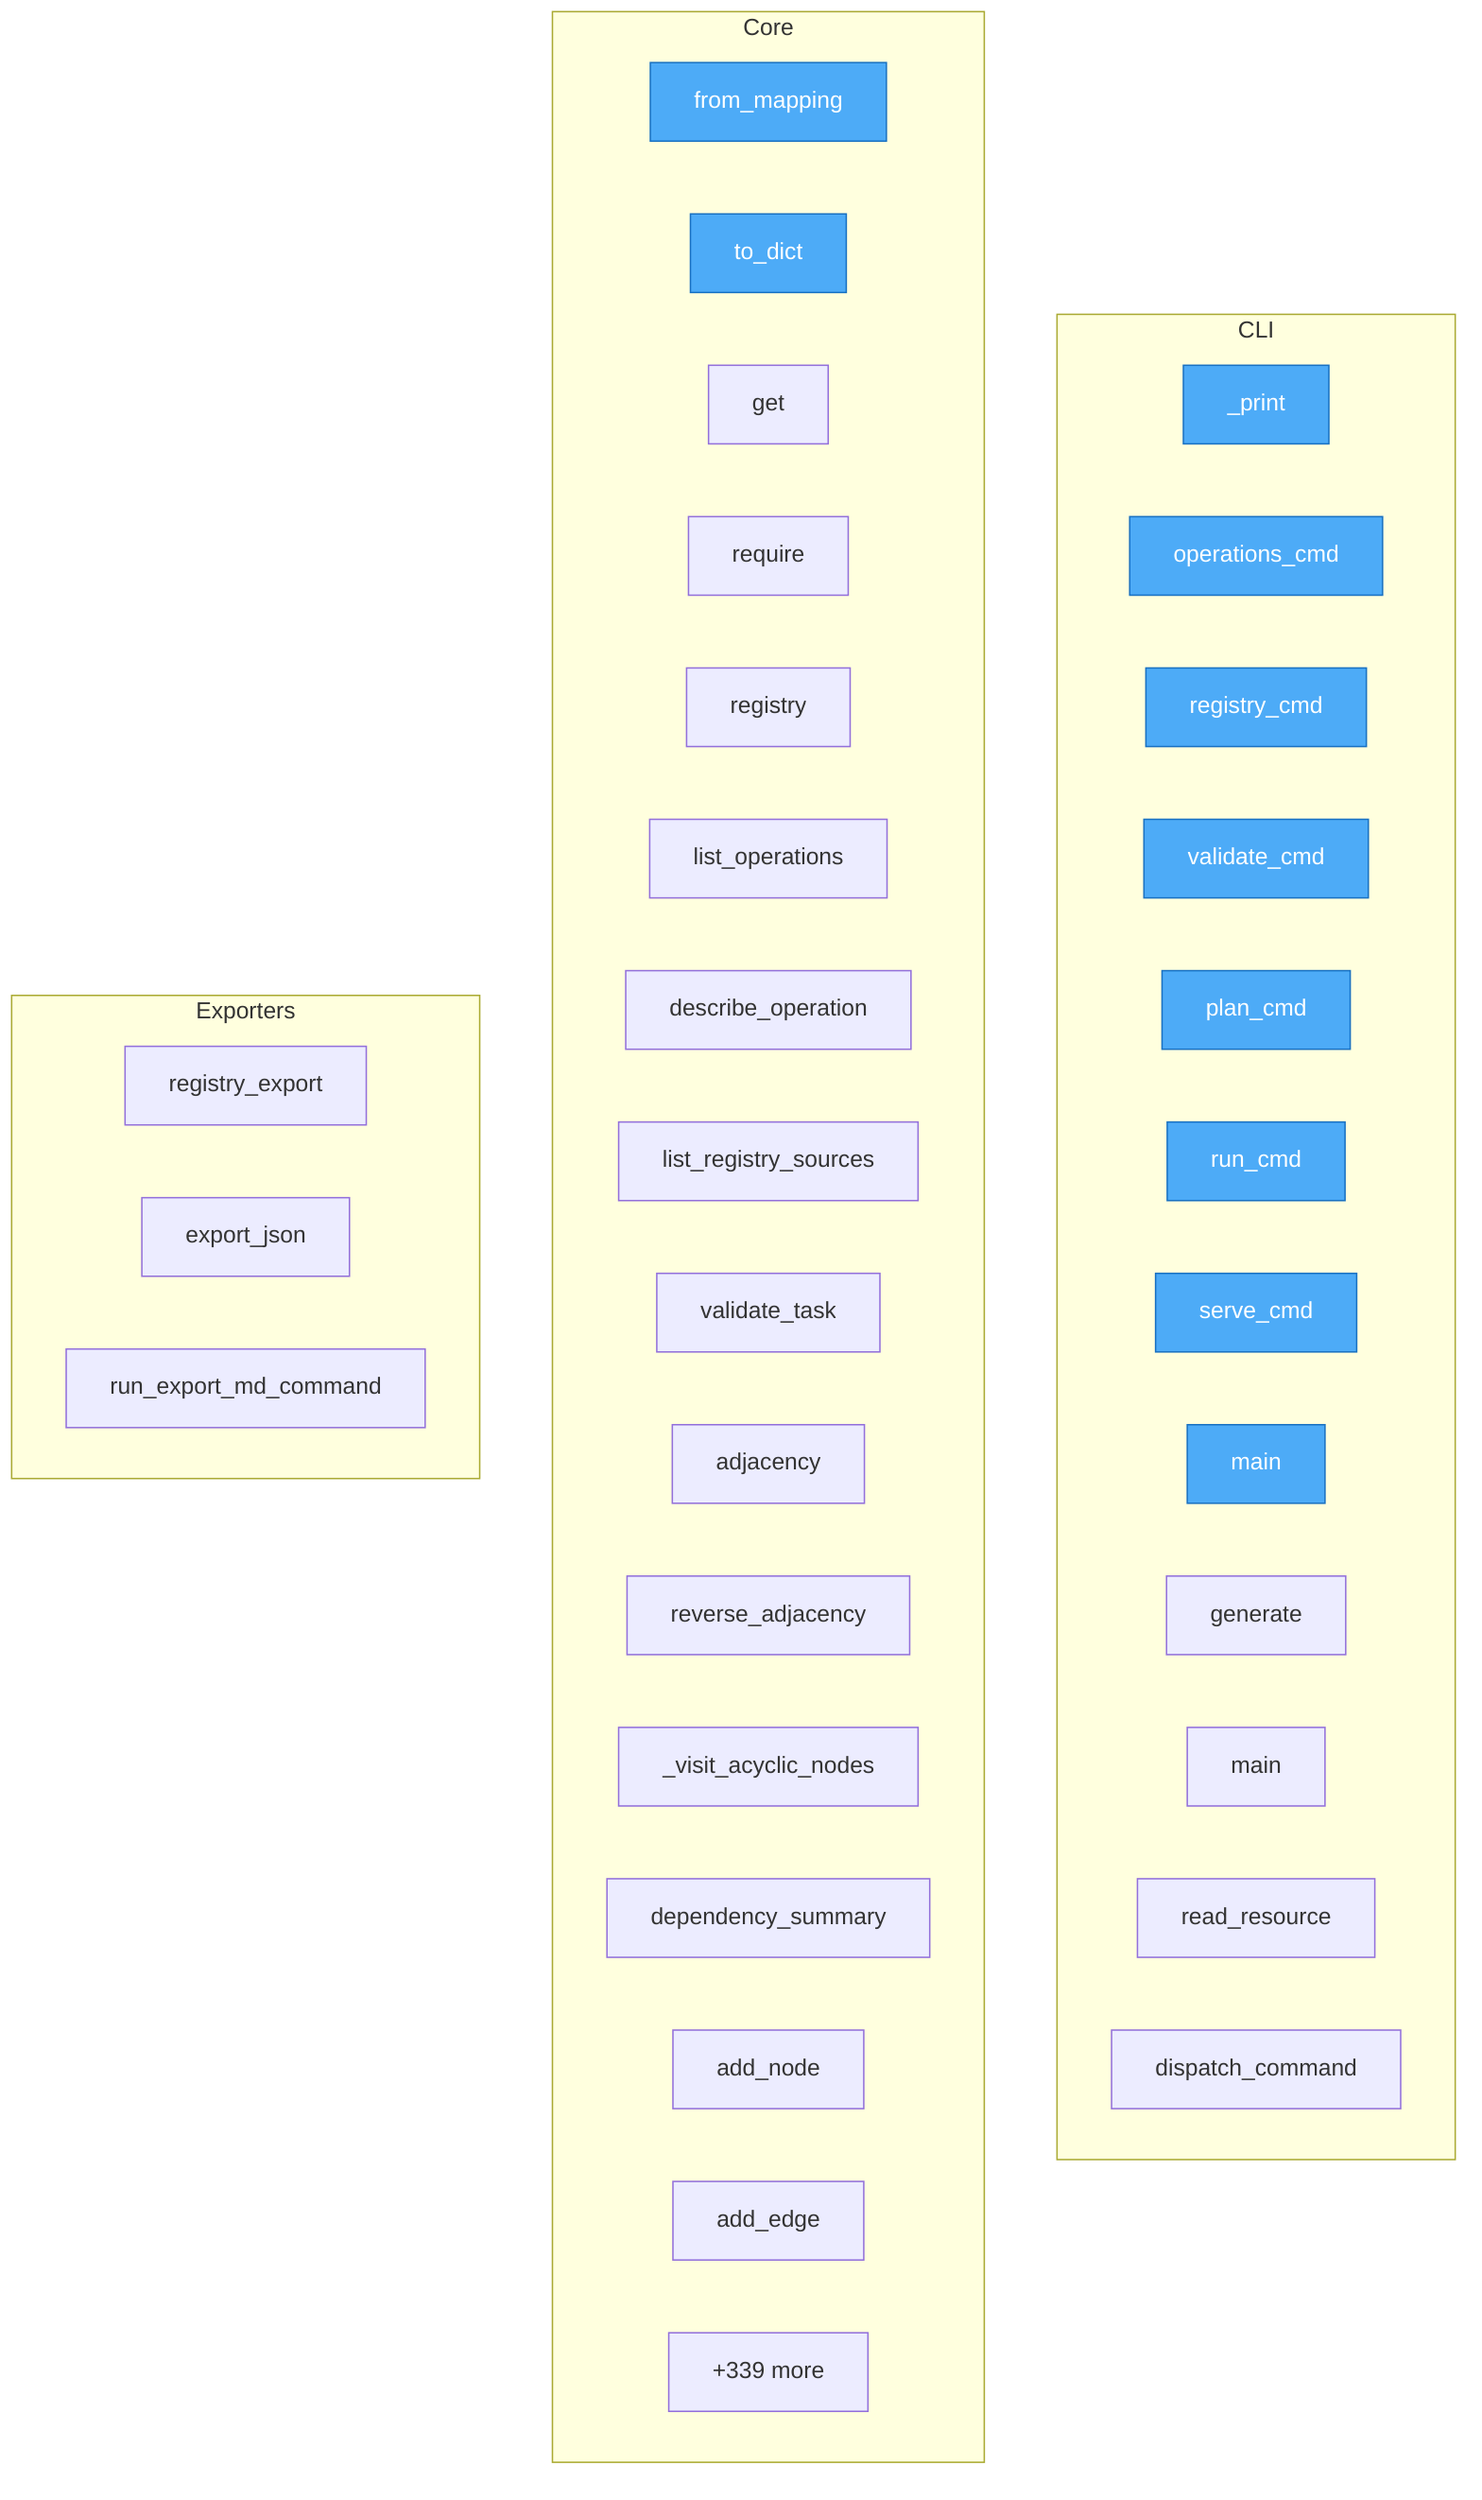
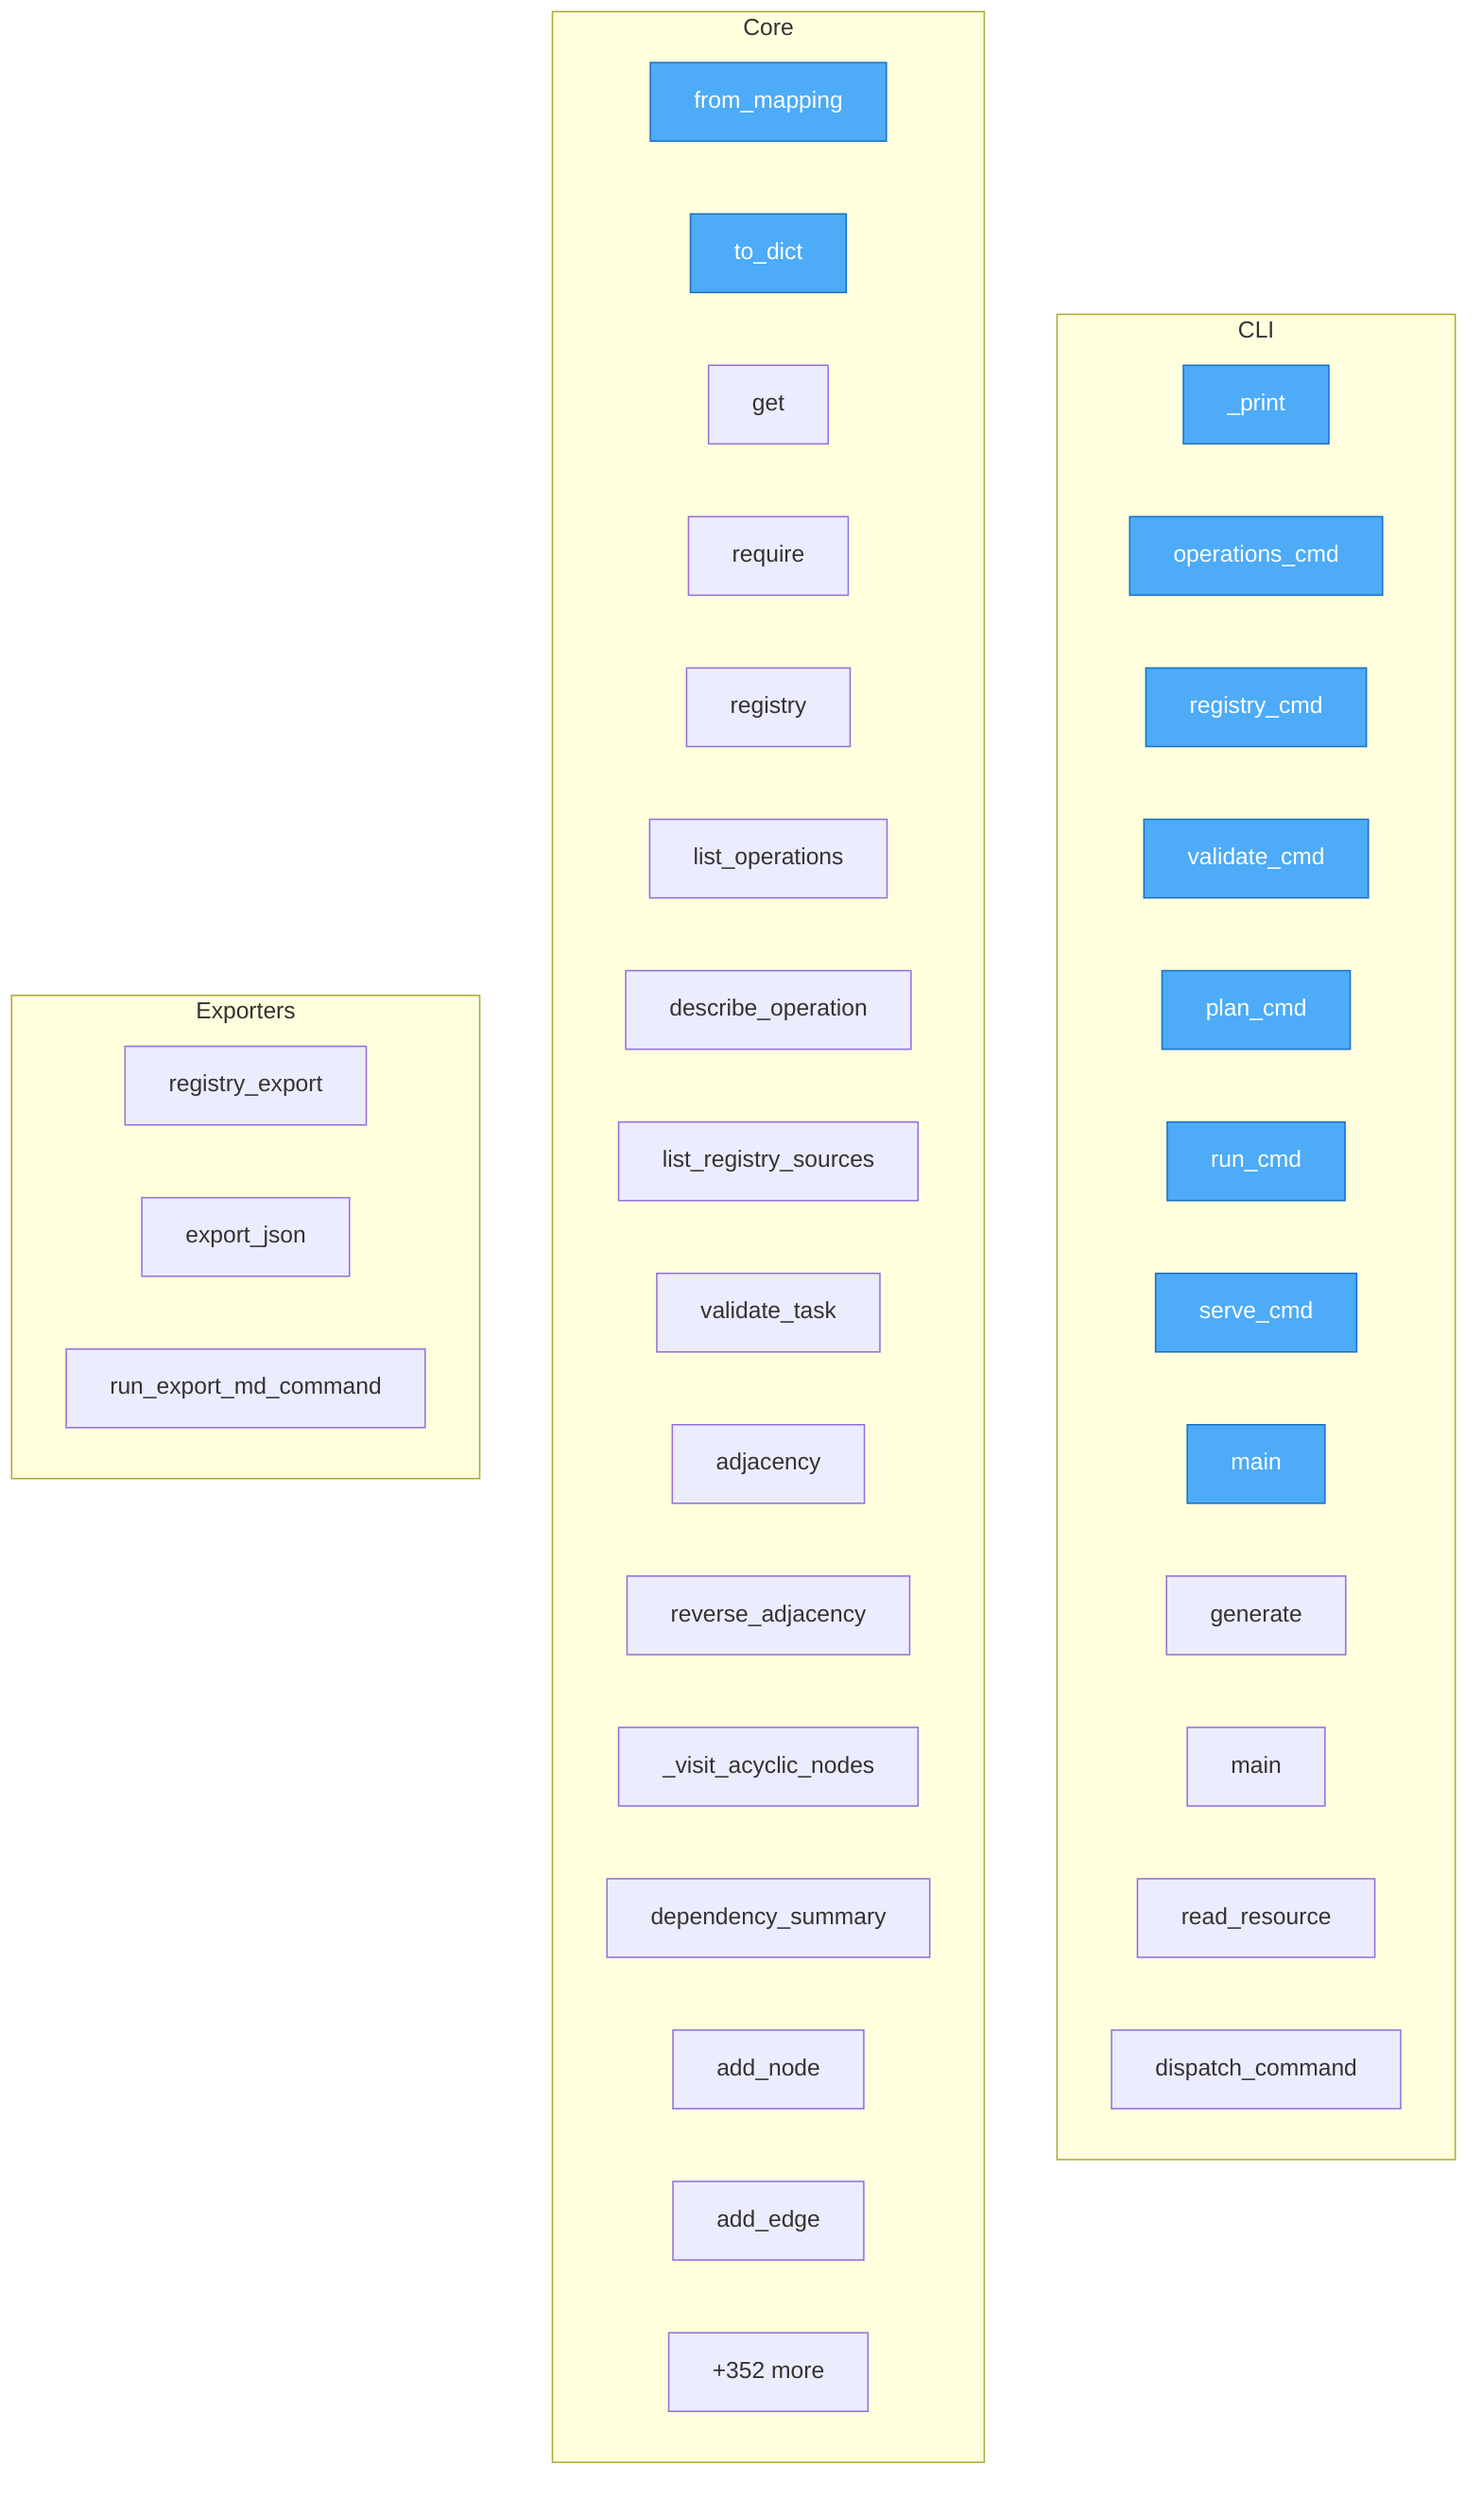
flowchart TD
%% generated in 0.04s

    %% Entry points (blue)
    classDef entry fill:#4dabf7,stroke:#1971c2,color:#fff

    subgraph CLI
        uri2ops__cli___print["_print"]
        uri2ops__cli__operations_cmd["operations_cmd"]
        uri2ops__cli__registry_cmd["registry_cmd"]
        uri2ops__cli__validate_cmd["validate_cmd"]
        uri2ops__cli__plan_cmd["plan_cmd"]
        uri2ops__cli__run_cmd["run_cmd"]
        uri2ops__cli__serve_cmd["serve_cmd"]
        uri2ops__cli__main["main"]
        nl2a__cli__generate["generate"]
        nl2a__cli__main["main"]
        runtime_client__client__ResourceRuntimeClient__read_resource["read_resource"]
        runtime_client__client__ResourceRuntimeClient__dispatch_command["dispatch_command"]
    end

    subgraph Core
        uri2ops__operation_registry__models__OperationSpec__from_mapping["from_mapping"]
        uri2ops__operation_registry__models__OperationSpec__to_dict["to_dict"]
        uri2ops__operation_registry__models__OperationRegistry__get["get"]
        uri2ops__operation_registry__models__OperationRegistry__require["require"]
        uri2ops__server__service__OperatorService__registry["registry"]
        uri2ops__server__service__OperatorService__list_operations["list_operations"]
        uri2ops__server__service__OperatorService__describe_operation["describe_operation"]
        uri2ops__server__service__OperatorService__list_registry_sources["list_registry_sources"]
        uri2ops__server__service__OperatorService__validate_task["validate_task"]
        packages__uri3__uri3__graph__dependency_graph__adjacency["adjacency"]
        packages__uri3__uri3__graph__dependency_graph__reverse_adjacency["reverse_adjacency"]
        packages__uri3__uri3__graph__dependency_graph___visit_acyclic_nodes["_visit_acyclic_nodes"]
        packages__uri3__uri3__graph__dependency_graph__dependency_summary["dependency_summary"]
        uri3__graph__uri_graph__UriGraph__add_node["add_node"]
        uri3__graph__uri_graph__UriGraph__add_edge["add_edge"]
-         ...["+339 more"]
+         ...["+352 more"]
    end

    subgraph Exporters
        uri2ops__server__service__OperatorService__registry_export["registry_export"]
        hypervisor__contract_registry__registry_exporter__export_json["export_json"]
        packages__resource_agent_hypervisor__hypervisor__contract_registry__cli_commands__run_export_md_command["run_export_md_command"]
    end

    class uri2ops__cli___print,uri2ops__cli__operations_cmd,uri2ops__cli__registry_cmd,uri2ops__cli__validate_cmd,uri2ops__cli__plan_cmd,uri2ops__cli__run_cmd,uri2ops__cli__serve_cmd,uri2ops__cli__main,uri2ops__operation_registry__models__OperationSpec__from_mapping,uri2ops__operation_registry__models__OperationSpec__to_dict entry
